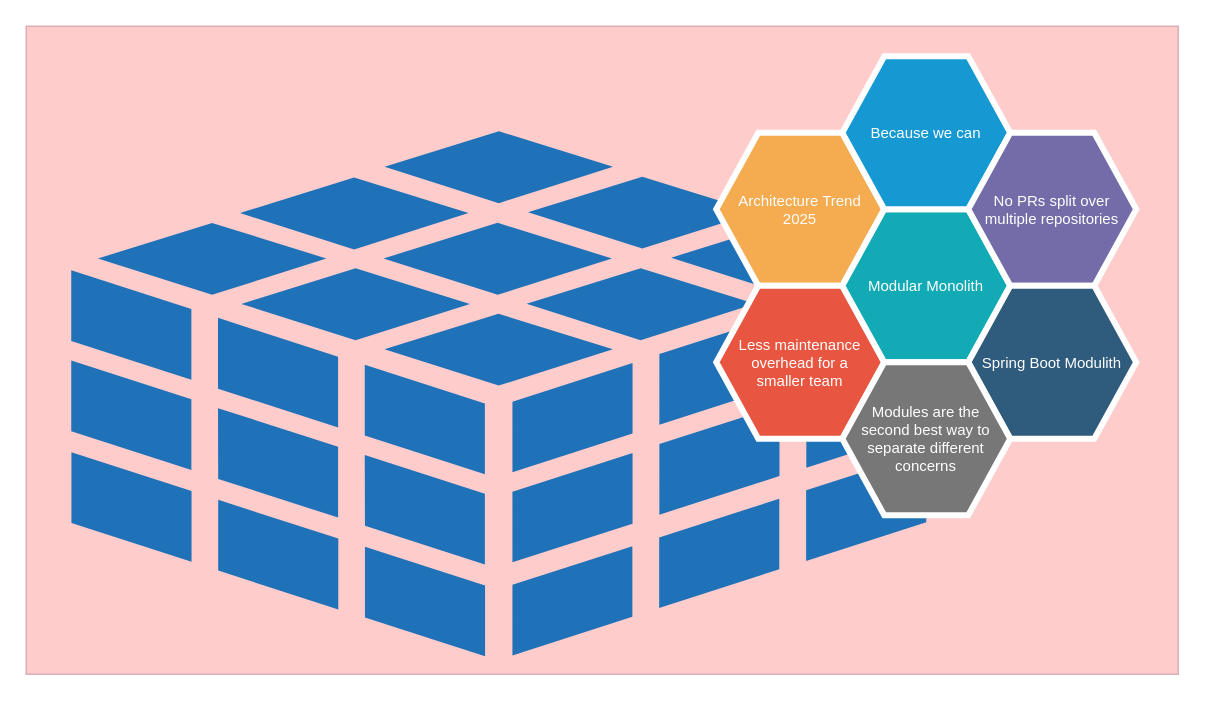
Before: assets/drawio/hero-modulith_trend.drawio in steffenmueller4/steffenmueller4.github.io, a draw.io diagram. Source tidied: cells renumbered, new cells numbered last; positions are measured from the earlier drawing's top-left corner, leaving out a move shared by most shapes. Both pictures are drawn from the tidied source at 150%, with x=0, y=0 at pixel (26, 26).
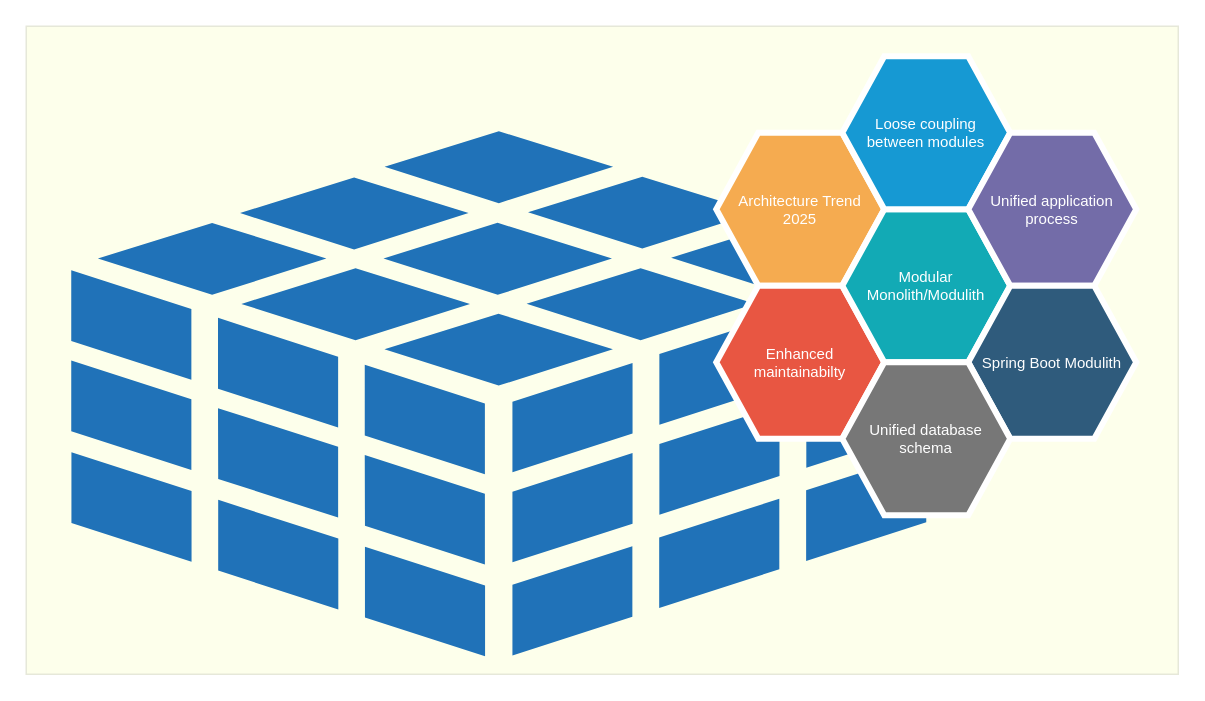
The same diagram, later.

The edit, as a diff of the source:
```diff
@@
 <mxGraphModel>
   <root>
     <mxCell id="0" />
     <mxCell id="1" parent="0" />
-    <mxCell id="2" style="rounded=0;whiteSpace=wrap;html=1;imageWidth=200;imageHeight=24;fillColor=#FFCCCC;strokeColor=#DBAFB8;gradientDirection=west;imageAspect=0;" parent="1" vertex="1">
+    <mxCell id="2" style="rounded=0;whiteSpace=wrap;html=1;imageWidth=200;imageHeight=24;fillColor=light-dark(#FDFFEB,#572B2B);strokeColor=light-dark(#e6e8d9, #6c464e);gradientDirection=west;imageAspect=0;" parent="1" vertex="1">
       <mxGeometry width="768" height="432" as="geometry" />
     </mxCell>
     <mxCell id="3" style="sketch=0;shadow=0;dashed=0;html=1;strokeColor=none;labelPosition=center;verticalLabelPosition=bottom;verticalAlign=top;align=center;shape=mxgraph.office.databases.database_cube;fillColor=#2072B8;" parent="1" vertex="1">
       <mxGeometry x="30" y="70" width="570" height="350" as="geometry" />
     </mxCell>
     <mxCell id="4" value="Architecture Trend 2025" style="shape=hexagon;strokeWidth=4;html=1;fillColor=#F5AB50;strokeColor=#ffffff;shadow=0;fontSize=10;fontColor=#FFFFFF;align=center;fontStyle=0;whiteSpace=wrap;spacing=10;rounded=0;" parent="1" vertex="1">
       <mxGeometry x="460" y="71" width="112" height="102" as="geometry" />
     </mxCell>
-    <mxCell id="5" value="Less maintenance overhead for a smaller team" style="shape=hexagon;strokeWidth=4;html=1;fillColor=#E85642;strokeColor=#ffffff;shadow=0;fontSize=10;fontColor=#FFFFFF;align=center;fontStyle=0;whiteSpace=wrap;spacing=10;rounded=0;" parent="1" vertex="1">
+    <mxCell id="5" value="Enhanced maintainabilty" style="shape=hexagon;strokeWidth=4;html=1;fillColor=#E85642;strokeColor=#ffffff;shadow=0;fontSize=10;fontColor=#FFFFFF;align=center;fontStyle=0;whiteSpace=wrap;spacing=10;rounded=0;" parent="1" vertex="1">
       <mxGeometry x="460" y="173" width="112" height="102" as="geometry" />
     </mxCell>
-    <mxCell id="6" value="Modular Monolith" style="shape=hexagon;strokeWidth=4;html=1;fillColor=#12AAB5;strokeColor=#ffffff;shadow=0;fontSize=10;fontColor=#FFFFFF;align=center;fontStyle=0;whiteSpace=wrap;spacing=10;rounded=0;" parent="1" vertex="1">
+    <mxCell id="6" value="Modular Monolith/Modulith" style="shape=hexagon;strokeWidth=4;html=1;fillColor=#12AAB5;strokeColor=#ffffff;shadow=0;fontSize=10;fontColor=#FFFFFF;align=center;fontStyle=0;whiteSpace=wrap;spacing=10;rounded=0;" parent="1" vertex="1">
       <mxGeometry x="544" y="122" width="112" height="102" as="geometry" />
     </mxCell>
-    <mxCell id="7" value="Because we can" style="shape=hexagon;strokeWidth=4;html=1;fillColor=#1699D3;strokeColor=#ffffff;shadow=0;fontSize=10;fontColor=#FFFFFF;align=center;fontStyle=0;whiteSpace=wrap;spacing=10;rounded=0;" parent="1" vertex="1">
+    <mxCell id="7" value="Loose coupling between modules" style="shape=hexagon;strokeWidth=4;html=1;fillColor=#1699D3;strokeColor=#ffffff;shadow=0;fontSize=10;fontColor=#FFFFFF;align=center;fontStyle=0;whiteSpace=wrap;spacing=10;rounded=0;" parent="1" vertex="1">
       <mxGeometry x="544" y="20" width="112" height="102" as="geometry" />
     </mxCell>
-    <mxCell id="8" value="No PRs split over multiple repositories" style="shape=hexagon;strokeWidth=4;html=1;fillColor=#736CA8;strokeColor=#ffffff;shadow=0;fontSize=10;fontColor=#FFFFFF;align=center;fontStyle=0;whiteSpace=wrap;spacing=10;rounded=0;" parent="1" vertex="1">
+    <mxCell id="8" value="Unified application process" style="shape=hexagon;strokeWidth=4;html=1;fillColor=#736CA8;strokeColor=#ffffff;shadow=0;fontSize=10;fontColor=#FFFFFF;align=center;fontStyle=0;whiteSpace=wrap;spacing=10;rounded=0;" parent="1" vertex="1">
       <mxGeometry x="628" y="71" width="112" height="102" as="geometry" />
     </mxCell>
     <mxCell id="9" value="Spring Boot Modulith" style="shape=hexagon;strokeWidth=4;html=1;fillColor=#2F5B7C;strokeColor=#ffffff;shadow=0;fontSize=10;fontColor=#FFFFFF;align=center;fontStyle=0;whiteSpace=wrap;spacing=10;rounded=0;" parent="1" vertex="1">
       <mxGeometry x="628" y="173" width="112" height="102" as="geometry" />
     </mxCell>
-    <mxCell id="10" value="Modules are the second best way to separate different concerns" style="shape=hexagon;strokeWidth=4;html=1;fillColor=#777777;strokeColor=#ffffff;shadow=0;fontSize=10;fontColor=#FFFFFF;align=center;fontStyle=0;whiteSpace=wrap;spacing=10;rounded=0;" parent="1" vertex="1">
+    <mxCell id="10" value="Unified database schema" style="shape=hexagon;strokeWidth=4;html=1;fillColor=#777777;strokeColor=#ffffff;shadow=0;fontSize=10;fontColor=#FFFFFF;align=center;fontStyle=0;whiteSpace=wrap;spacing=10;rounded=0;" parent="1" vertex="1">
       <mxGeometry x="544" y="224" width="112" height="102" as="geometry" />
     </mxCell>
   </root>
 </mxGraphModel>
```
